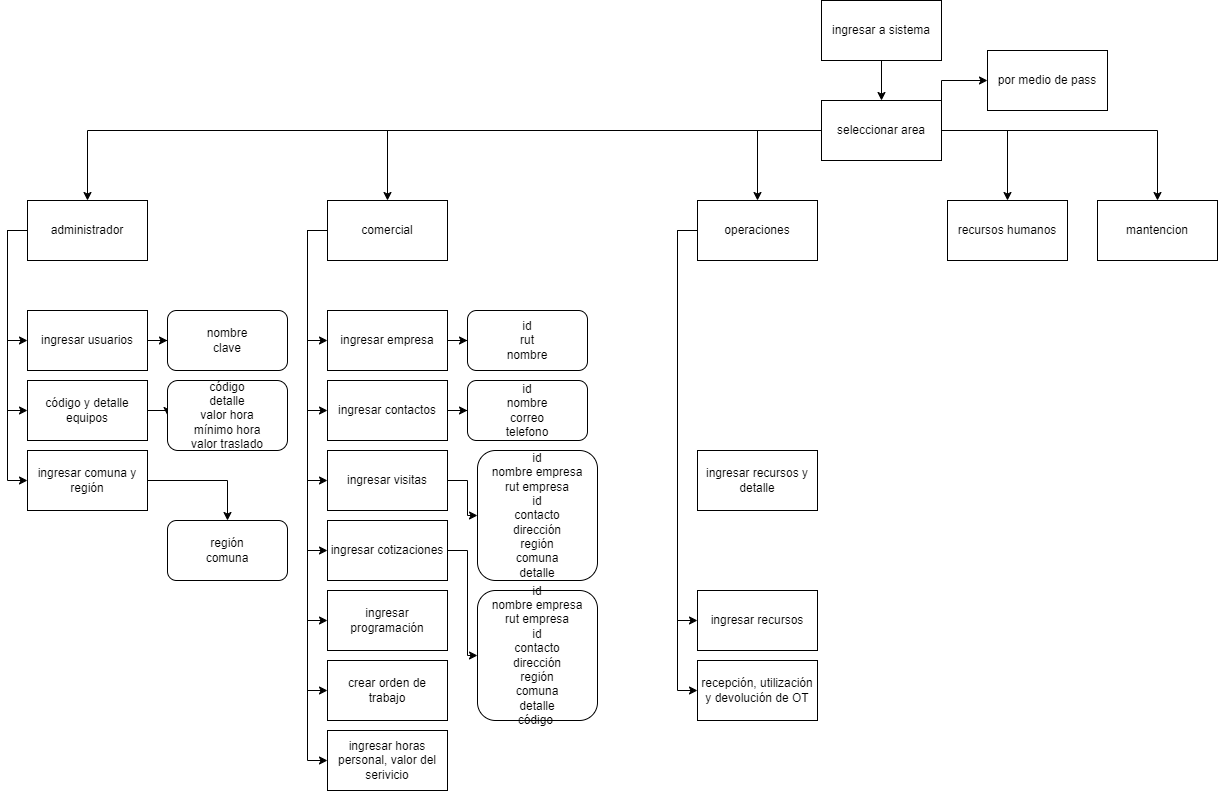
Tebaah/Web-SistemaGestion keeps this draw.io diagram as Diagrama sin título.drawio.png. Above is the earlier version. Source tidied: cells renumbered, new cells last; positions are measured from the earlier drawing's top-left corner, leaving out a move shared by most shapes.
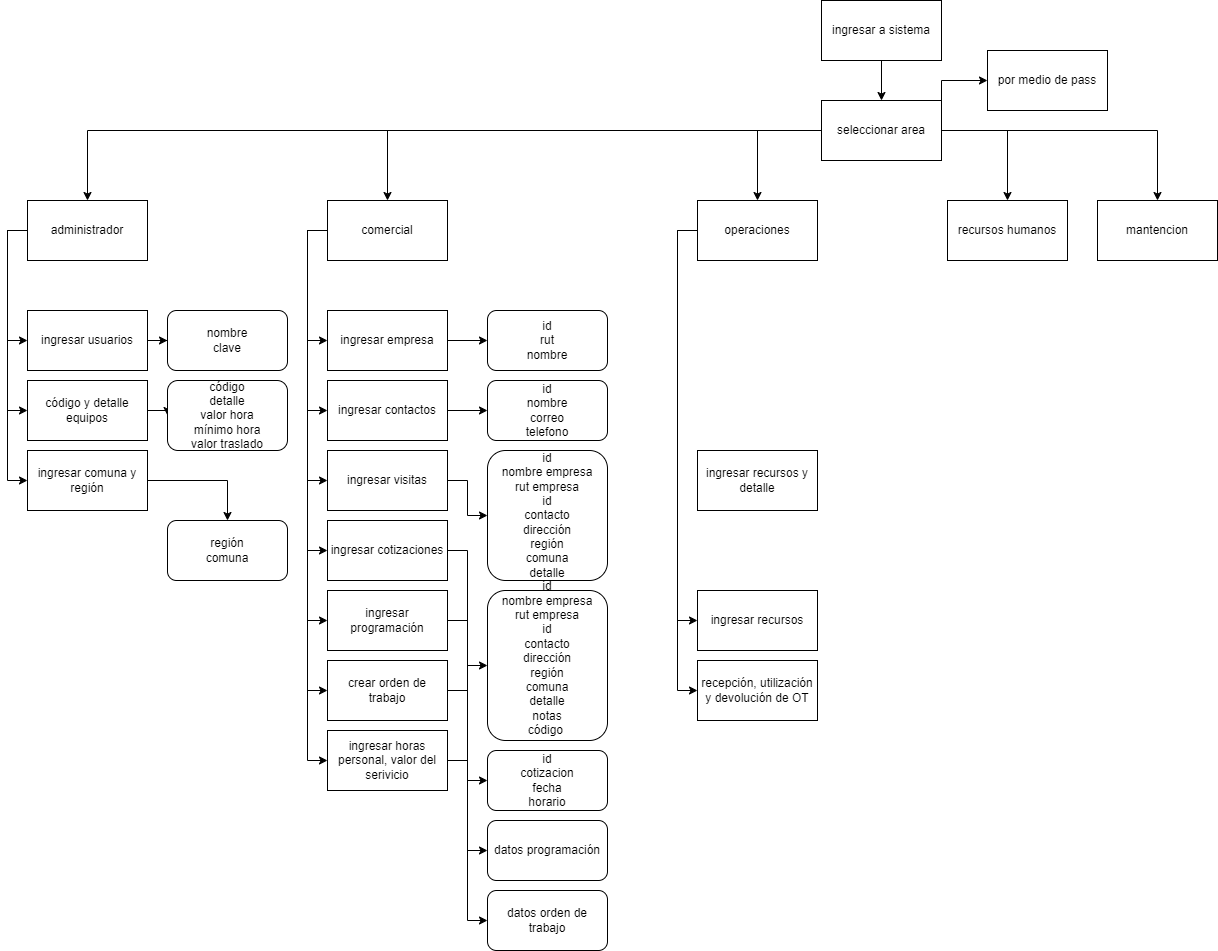
The same file after the commit.

What changed in the source:
```diff
@@ -127,19 +127,25 @@
       <mxGeometry x="320" y="380" width="120" height="60" as="geometry" />
     </mxCell>
     <mxCell id="30" style="edgeStyle=orthogonalEdgeStyle;rounded=0;jettySize=auto;html=1;exitX=1;exitY=0.5;exitDx=0;exitDy=0;entryX=0;entryY=0.5;entryDx=0;entryDy=0;" parent="1" edge="1" source="31" target="55">
-      <mxGeometry relative="1" as="geometry">
-        <Array as="points">
-          <mxPoint x="460" y="550" />
-          <mxPoint x="460" y="655" />
-        </Array>
-      </mxGeometry>
+      <mxGeometry relative="1" as="geometry" />
     </mxCell>
     <mxCell id="31" value="ingresar cotizaciones" style="rounded=0;whiteSpace=wrap;html=1;" parent="1" vertex="1">
       <mxGeometry x="320" y="520" width="120" height="60" as="geometry" />
     </mxCell>
+    <mxCell id="56" style="edgeStyle=orthogonalEdgeStyle;rounded=0;jettySize=auto;html=1;exitX=1;exitY=0.5;exitDx=0;exitDy=0;entryX=0;entryY=0.5;entryDx=0;entryDy=0;" parent="1" edge="1" source="32" target="59">
+      <mxGeometry relative="1" as="geometry">
+        <Array as="points">
+          <mxPoint x="460" y="620" />
+          <mxPoint x="460" y="780" />
+        </Array>
+      </mxGeometry>
+    </mxCell>
     <mxCell id="32" value="ingresar programación" style="rounded=0;whiteSpace=wrap;html=1;" parent="1" vertex="1">
       <mxGeometry x="320" y="590" width="120" height="60" as="geometry" />
     </mxCell>
+    <mxCell id="57" style="edgeStyle=orthogonalEdgeStyle;rounded=0;jettySize=auto;html=1;exitX=1;exitY=0.5;exitDx=0;exitDy=0;entryX=0;entryY=0.5;entryDx=0;entryDy=0;" parent="1" edge="1" source="33" target="60">
+      <mxGeometry relative="1" as="geometry" />
+    </mxCell>
     <mxCell id="33" value="crear orden de trabajo" style="rounded=0;whiteSpace=wrap;html=1;" parent="1" vertex="1">
       <mxGeometry x="320" y="660" width="120" height="60" as="geometry" />
     </mxCell>
@@ -182,6 +188,9 @@
     <mxCell id="41" value="código y detalle equipos" style="rounded=0;whiteSpace=wrap;html=1;" parent="1" vertex="1">
       <mxGeometry x="20" y="380" width="120" height="60" as="geometry" />
     </mxCell>
+    <mxCell id="58" style="edgeStyle=orthogonalEdgeStyle;rounded=0;jettySize=auto;html=1;exitX=1;exitY=0.5;exitDx=0;exitDy=0;entryX=0;entryY=0.5;entryDx=0;entryDy=0;" parent="1" edge="1" source="42" target="61">
+      <mxGeometry relative="1" as="geometry" />
+    </mxCell>
     <mxCell id="42" value="ingresar horas personal, valor del serivicio" style="rounded=0;whiteSpace=wrap;html=1;" parent="1" vertex="1">
       <mxGeometry x="320" y="730" width="120" height="60" as="geometry" />
     </mxCell>
@@ -213,16 +222,25 @@
       <mxGeometry x="160" y="520" width="120" height="60" as="geometry" />
     </mxCell>
     <mxCell id="52" value="&lt;div&gt;id&lt;/div&gt;&lt;div&gt;rut&lt;/div&gt;&lt;div&gt;nombre&lt;/div&gt;" style="rounded=1;whiteSpace=wrap;html=1;" parent="1" vertex="1">
-      <mxGeometry x="460" y="310" width="120" height="60" as="geometry" />
+      <mxGeometry x="480" y="310" width="120" height="60" as="geometry" />
     </mxCell>
     <mxCell id="53" value="&lt;div&gt;id&lt;/div&gt;&lt;div&gt;nombre&lt;/div&gt;&lt;div&gt;correo&lt;/div&gt;&lt;div&gt;telefono&lt;/div&gt;" style="rounded=1;whiteSpace=wrap;html=1;" parent="1" vertex="1">
-      <mxGeometry x="460" y="380" width="120" height="60" as="geometry" />
+      <mxGeometry x="480" y="380" width="120" height="60" as="geometry" />
     </mxCell>
     <mxCell id="54" value="&lt;div&gt;id&lt;/div&gt;&lt;div&gt;nombre empresa&lt;/div&gt;&lt;div&gt;rut empresa&lt;/div&gt;&lt;div&gt;id&lt;/div&gt;&lt;div&gt;contacto&lt;/div&gt;&lt;div&gt;dirección&lt;/div&gt;&lt;div&gt;región&lt;/div&gt;&lt;div&gt;comuna&lt;/div&gt;&lt;div&gt;detalle&lt;/div&gt;" style="rounded=1;whiteSpace=wrap;html=1;" parent="1" vertex="1">
-      <mxGeometry x="470" y="450" width="120" height="130" as="geometry" />
+      <mxGeometry x="480" y="450" width="120" height="130" as="geometry" />
     </mxCell>
-    <mxCell id="55" value="&lt;div&gt;id&lt;/div&gt;&lt;div&gt;nombre empresa&lt;/div&gt;&lt;div&gt;rut empresa&lt;/div&gt;&lt;div&gt;id&lt;/div&gt;&lt;div&gt;contacto&lt;/div&gt;&lt;div&gt;dirección&lt;/div&gt;&lt;div&gt;región&lt;/div&gt;&lt;div&gt;comuna&lt;/div&gt;&lt;div&gt;detalle&lt;/div&gt;&lt;div&gt;código&amp;nbsp;&lt;/div&gt;" style="rounded=1;whiteSpace=wrap;html=1;" parent="1" vertex="1">
-      <mxGeometry x="470" y="590" width="120" height="130" as="geometry" />
+    <mxCell id="55" value="&lt;div&gt;id&lt;/div&gt;&lt;div&gt;nombre empresa&lt;/div&gt;&lt;div&gt;rut empresa&lt;/div&gt;&lt;div&gt;id&lt;/div&gt;&lt;div&gt;contacto&lt;/div&gt;&lt;div&gt;dirección&lt;/div&gt;&lt;div&gt;región&lt;/div&gt;&lt;div&gt;comuna&lt;/div&gt;&lt;div&gt;detalle&lt;/div&gt;&lt;div&gt;notas&lt;/div&gt;&lt;div&gt;código&amp;nbsp;&lt;/div&gt;&lt;div&gt;&lt;br&gt;&lt;/div&gt;" style="rounded=1;whiteSpace=wrap;html=1;" parent="1" vertex="1">
+      <mxGeometry x="480" y="590" width="120" height="150" as="geometry" />
     </mxCell>
+    <mxCell id="59" value="&lt;div&gt;id&lt;/div&gt;&lt;div&gt;cotizacion&lt;/div&gt;&lt;div&gt;fecha&lt;/div&gt;&lt;div&gt;horario&lt;/div&gt;" style="rounded=1;whiteSpace=wrap;html=1;" parent="1" vertex="1">
+      <mxGeometry x="480" y="750" width="120" height="60" as="geometry" />
+    </mxCell>
+    <mxCell id="60" value="&lt;div&gt;datos programación&lt;/div&gt;" style="rounded=1;whiteSpace=wrap;html=1;" parent="1" vertex="1">
+      <mxGeometry x="480" y="820" width="120" height="60" as="geometry" />
+    </mxCell>
+    <mxCell id="61" value="&lt;div&gt;datos orden de trabajo&lt;/div&gt;" style="rounded=1;whiteSpace=wrap;html=1;" parent="1" vertex="1">
+      <mxGeometry x="480" y="890" width="120" height="60" as="geometry" />
+    </mxCell>
   </root>
 </mxGraphModel>
```
